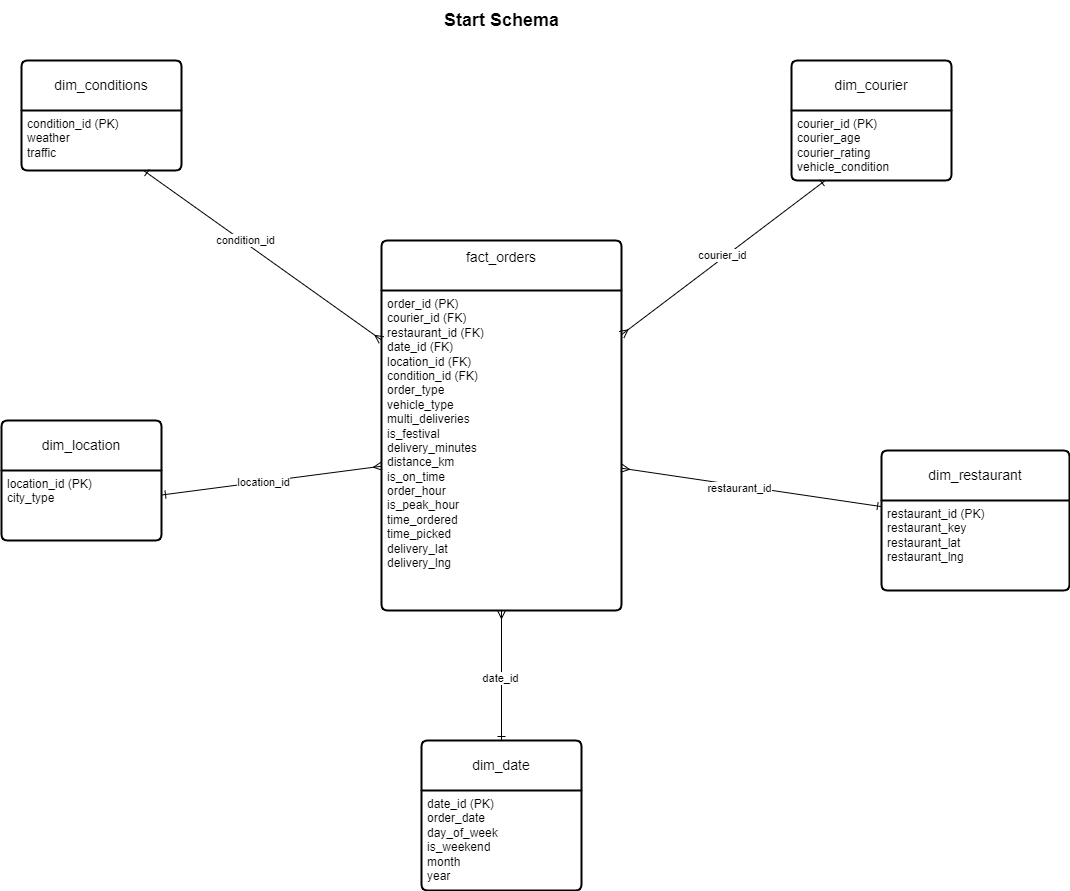
Earlier version of the draw.io export docs/architecture_star_schema.png (piriyandan9/Quickbite-delivery-Analysis). Source tidied: cells renumbered, new cells last; positions are measured from the earlier drawing's top-left corner, leaving out a move shared by most shapes. The source it was exported from:
```xml
<mxGraphModel>
  <root>
    <mxCell id="0" />
    <mxCell id="1" parent="0" />
    <mxCell id="2" value="fact_orders&lt;div&gt;&lt;br&gt;&lt;/div&gt;" style="swimlane;horizontal=1;startSize=50;rounded=1;fontSize=14;fontStyle=0;strokeWidth=2;shadow=0;dashed=0;align=center;arcSize=4;whiteSpace=wrap;html=1;" parent="1" vertex="1">
      <mxGeometry x="380" y="240" width="240" height="370" as="geometry" />
    </mxCell>
    <mxCell id="3" value="&lt;span style=&quot;background-color: transparent; color: light-dark(rgb(0, 0, 0), rgb(255, 255, 255));&quot;&gt;order_id (PK)&lt;/span&gt;&lt;div&gt;&lt;div&gt;courier_id (FK)&lt;/div&gt;&lt;div&gt;restaurant_id (FK)&lt;/div&gt;&lt;div&gt;date_id (FK)&lt;/div&gt;&lt;div&gt;location_id (FK)&lt;/div&gt;&lt;div&gt;condition_id (FK)&lt;/div&gt;&lt;div&gt;order_type&lt;/div&gt;&lt;div&gt;vehicle_type&lt;/div&gt;&lt;div&gt;multi_deliveries&lt;/div&gt;&lt;div&gt;is_festival&lt;/div&gt;&lt;div&gt;delivery_minutes&lt;/div&gt;&lt;div&gt;distance_km&lt;/div&gt;&lt;div&gt;is_on_time&lt;/div&gt;&lt;div&gt;order_hour&lt;/div&gt;&lt;div&gt;is_peak_hour&lt;/div&gt;&lt;div&gt;time_ordered&lt;/div&gt;&lt;div&gt;time_picked&lt;/div&gt;&lt;div&gt;delivery_lat&lt;/div&gt;&lt;div&gt;delivery_lng&lt;/div&gt;&lt;/div&gt;" style="align=left;strokeColor=none;fillColor=none;spacingLeft=4;spacingRight=4;fontSize=12;verticalAlign=top;html=1;whiteSpace=wrap;" parent="2" vertex="1">
      <mxGeometry y="50" width="240" height="320" as="geometry" />
    </mxCell>
    <mxCell id="4" value="dim_courier" style="swimlane;horizontal=1;startSize=50;rounded=1;fontSize=14;fontStyle=0;strokeWidth=2;shadow=0;dashed=0;align=center;arcSize=4;whiteSpace=wrap;html=1;" parent="1" vertex="1">
      <mxGeometry x="790" y="60" width="160" height="120" as="geometry" />
    </mxCell>
    <mxCell id="5" value="&lt;div&gt;courier_id (PK)&lt;/div&gt;&lt;div&gt;courier_age&lt;/div&gt;&lt;div&gt;courier_rating&lt;/div&gt;&lt;div&gt;vehicle_condition&lt;/div&gt;" style="align=left;strokeColor=none;fillColor=none;spacingLeft=4;spacingRight=4;fontSize=12;verticalAlign=top;html=1;whiteSpace=wrap;" parent="4" vertex="1">
      <mxGeometry y="50" width="160" height="70" as="geometry" />
    </mxCell>
    <mxCell id="6" value="dim_restaurant" style="swimlane;horizontal=1;startSize=50;rounded=1;fontSize=14;fontStyle=0;strokeWidth=2;shadow=0;dashed=0;align=center;arcSize=4;whiteSpace=wrap;html=1;" parent="1" vertex="1">
      <mxGeometry x="880" y="450" width="188" height="140" as="geometry" />
    </mxCell>
    <mxCell id="7" value="&lt;div&gt;restaurant_id (PK)&lt;/div&gt;&lt;div&gt;restaurant_key&lt;/div&gt;&lt;div&gt;restaurant_lat&lt;/div&gt;&lt;div&gt;restaurant_lng&lt;/div&gt;" style="align=left;strokeColor=none;fillColor=none;spacingLeft=4;spacingRight=4;fontSize=12;verticalAlign=top;html=1;whiteSpace=wrap;" parent="6" vertex="1">
      <mxGeometry y="50" width="188" height="90" as="geometry" />
    </mxCell>
    <mxCell id="8" style="endArrow=ERmany;startArrow=ERone;html=1;rounded=0;" parent="1" edge="1" source="10" target="3">
      <mxGeometry relative="1" as="geometry" />
    </mxCell>
    <mxCell id="9" value="date_id" style="edgeLabel;html=1;align=center;verticalAlign=middle;" parent="8" vertex="1">
      <mxGeometry x="-0.04" y="1" relative="1" as="geometry" />
    </mxCell>
    <mxCell id="10" value="dim_date" style="swimlane;horizontal=1;startSize=50;rounded=1;fontSize=14;fontStyle=0;strokeWidth=2;shadow=0;dashed=0;align=center;arcSize=4;whiteSpace=wrap;html=1;" parent="1" vertex="1">
      <mxGeometry x="420" y="740" width="160" height="150" as="geometry" />
    </mxCell>
    <mxCell id="11" value="&lt;div&gt;date_id (PK)&lt;/div&gt;&lt;div&gt;order_date&lt;/div&gt;&lt;div&gt;day_of_week&lt;/div&gt;&lt;div&gt;is_weekend&lt;/div&gt;&lt;div&gt;month&lt;/div&gt;&lt;div&gt;year&lt;/div&gt;" style="align=left;strokeColor=none;fillColor=none;spacingLeft=4;spacingRight=4;fontSize=12;verticalAlign=top;html=1;whiteSpace=wrap;" parent="10" vertex="1">
      <mxGeometry y="50" width="160" height="100" as="geometry" />
    </mxCell>
    <mxCell id="12" value="dim_location" style="swimlane;horizontal=1;startSize=50;rounded=1;fontSize=14;fontStyle=0;strokeWidth=2;shadow=0;dashed=0;align=center;arcSize=4;whiteSpace=wrap;html=1;" parent="1" vertex="1">
      <mxGeometry y="420" width="160" height="120" as="geometry" />
    </mxCell>
    <mxCell id="13" value="&lt;div&gt;location_id (PK)&lt;/div&gt;&lt;div&gt;city_type&lt;/div&gt;" style="align=left;strokeColor=none;fillColor=none;spacingLeft=4;spacingRight=4;fontSize=12;verticalAlign=top;html=1;whiteSpace=wrap;" parent="12" vertex="1">
      <mxGeometry y="50" width="160" height="70" as="geometry" />
    </mxCell>
    <mxCell id="14" value="dim_conditions" style="swimlane;horizontal=1;startSize=50;rounded=1;fontSize=14;fontStyle=0;strokeWidth=2;shadow=0;dashed=0;align=center;arcSize=4;whiteSpace=wrap;html=1;" parent="1" vertex="1">
      <mxGeometry x="20" y="60" width="160" height="110" as="geometry" />
    </mxCell>
    <mxCell id="15" value="&lt;div&gt;condition_id (PK)&lt;/div&gt;&lt;div&gt;weather&lt;/div&gt;&lt;div&gt;traffic&lt;/div&gt;" style="align=left;strokeColor=none;fillColor=none;spacingLeft=4;spacingRight=4;fontSize=12;verticalAlign=top;html=1;whiteSpace=wrap;" parent="14" vertex="1">
      <mxGeometry y="50" width="160" height="60" as="geometry" />
    </mxCell>
    <mxCell id="16" style="endArrow=ERmany;startArrow=ERone;html=1;rounded=0;" parent="1" edge="1" source="6" target="3">
      <mxGeometry relative="1" as="geometry" />
    </mxCell>
    <mxCell id="17" value="restaurant_id" style="edgeLabel;html=1;align=center;verticalAlign=middle;" parent="16" vertex="1">
      <mxGeometry x="0.09" y="3" relative="1" as="geometry" />
    </mxCell>
    <mxCell id="18" style="endArrow=ERmany;startArrow=ERone;html=1;rounded=0;" parent="1" edge="1" source="5" target="2">
      <mxGeometry relative="1" as="geometry" />
    </mxCell>
    <mxCell id="19" value="courier_id" style="edgeLabel;html=1;align=center;verticalAlign=middle;" parent="18" vertex="1">
      <mxGeometry x="-0.01" y="-3" relative="1" as="geometry" />
    </mxCell>
    <mxCell id="20" style="endArrow=ERmany;startArrow=ERone;html=1;rounded=0;" parent="1" edge="1" source="15" target="2">
      <mxGeometry relative="1" as="geometry" />
    </mxCell>
    <mxCell id="21" value="condition_id" style="edgeLabel;html=1;align=center;verticalAlign=middle;" parent="20" vertex="1">
      <mxGeometry x="-0.16" y="2" relative="1" as="geometry" />
    </mxCell>
    <mxCell id="22" style="endArrow=ERmany;startArrow=ERone;html=1;rounded=0;" parent="1" edge="1" source="13" target="3">
      <mxGeometry relative="1" as="geometry" />
    </mxCell>
    <mxCell id="23" value="location_id" style="edgeLabel;html=1;align=center;verticalAlign=middle;" parent="22" vertex="1">
      <mxGeometry x="-0.07" relative="1" as="geometry" />
    </mxCell>
    <mxCell id="24" value="&lt;b&gt;&lt;font style=&quot;font-size: 18px;&quot;&gt;Start Schema&lt;/font&gt;&lt;/b&gt;" style="text;html=1;align=center;verticalAlign=middle;strokeColor=none;fillColor=none;" parent="1" vertex="1">
      <mxGeometry x="430" width="140" height="40" as="geometry" />
    </mxCell>
  </root>
</mxGraphModel>
```
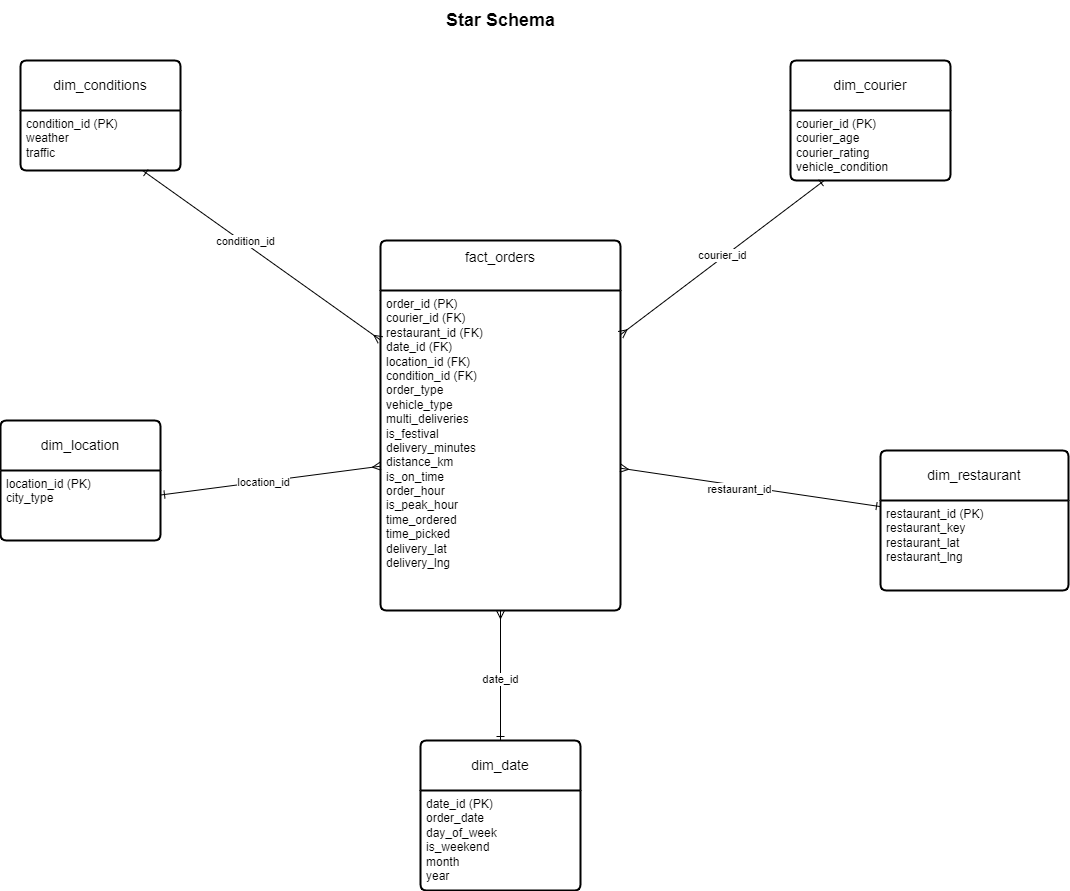
After the change.

Diff of the diagram source:
```diff
@@ -68,8 +68,8 @@
     <mxCell id="23" value="location_id" style="edgeLabel;html=1;align=center;verticalAlign=middle;" parent="22" vertex="1">
       <mxGeometry x="-0.07" relative="1" as="geometry" />
     </mxCell>
-    <mxCell id="24" value="&lt;b&gt;&lt;font style=&quot;font-size: 18px;&quot;&gt;Start Schema&lt;/font&gt;&lt;/b&gt;" style="text;html=1;align=center;verticalAlign=middle;strokeColor=none;fillColor=none;" parent="1" vertex="1">
-      <mxGeometry x="430" width="140" height="40" as="geometry" />
+    <mxCell id="24" value="&lt;b&gt;&lt;font style=&quot;font-size: 18px;&quot;&gt;Star Schema&lt;/font&gt;&lt;/b&gt;" style="text;html=1;align=center;verticalAlign=middle;strokeColor=none;fillColor=none;" parent="1" vertex="1">
+      <mxGeometry x="435" width="130" height="40" as="geometry" />
     </mxCell>
   </root>
 </mxGraphModel>
```
